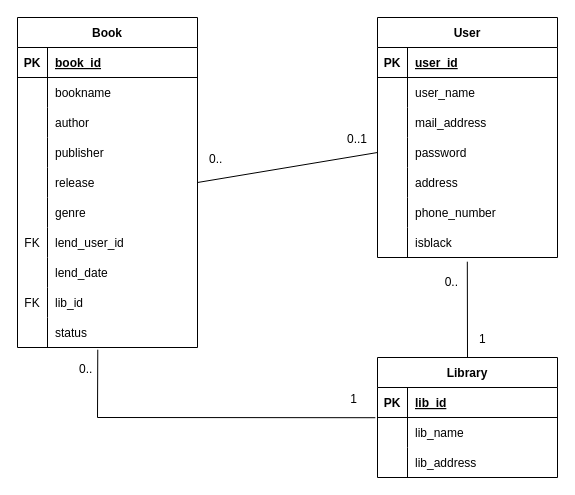
Earlier version of the draw.io diagram BorrowBooks/er.drawio (Mizuki08206/Additional_ASP). Source tidied: cells renumbered, new cells numbered last; positions are measured from the earlier drawing's top-left corner, leaving out a move shared by most shapes. Both pictures are drawn from the tidied source at 100%, with x=0, y=0 at pixel (17, 17).
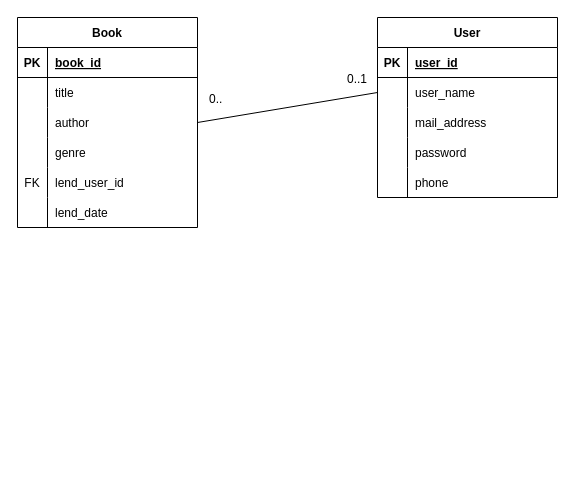
Above is the later version.

The change refers to these unchanged cells:
```xml
<mxCell id="6" style="shape=partialRectangle;fillColor=none;top=0;left=0;bottom=0;right=0;" parent="2" vertex="1">
  <mxGeometry y="60" width="180" height="30" as="geometry" />
</mxCell>
<mxCell id="9" style="shape=partialRectangle;fillColor=none;top=0;left=0;bottom=0;right=0;points=[[0,0.5],[1,0.5]];portConstraint=eastwest;" parent="2" vertex="1">
  <mxGeometry y="90" width="180" height="30" as="geometry" />
</mxCell>
<mxCell id="47" style="shape=partialRectangle;fillColor=none;top=0;left=0;bottom=0;right=0;points=[[0,0.5],[1,0.5]];portConstraint=eastwest;" parent="43" vertex="1">
  <mxGeometry y="60" width="180" height="30" as="geometry" />
</mxCell>
<mxCell id="53" style="shape=partialRectangle;fillColor=none;top=0;left=0;bottom=0;right=0;points=[[0,0.5],[1,0.5]];portConstraint=eastwest;" parent="43" vertex="1">
  <mxGeometry y="120" width="180" height="30" as="geometry" />
</mxCell>
```

What changed in the source:
```diff
@@
     <mxCell id="2" value="Book" style="shape=table;startSize=30;childLayout=tableLayout;rowLines=0;fontStyle=1;align=center;" parent="1" vertex="1">
-      <mxGeometry width="180" height="330" as="geometry" />
+      <mxGeometry width="180" height="210" as="geometry" />
     </mxCell>
@@
-    <mxCell id="8" value="bookname" style="shape=partialRectangle;fillColor=none;top=0;left=0;bottom=0;right=0;align=left;spacingLeft=6;overflow=hidden;" parent="6" vertex="1">
+    <mxCell id="8" value="title" style="shape=partialRectangle;fillColor=none;top=0;left=0;bottom=0;right=0;align=left;spacingLeft=6;overflow=hidden;" parent="6" vertex="1">
       <mxGeometry x="30" width="150" height="30" as="geometry" />
     </mxCell>
@@
-    <mxCell id="12" style="shape=partialRectangle;fillColor=none;top=0;left=0;bottom=0;right=0;" parent="2" vertex="1">
-      <mxGeometry y="120" width="180" height="30" as="geometry" />
-    </mxCell>
-    <mxCell id="13" style="shape=partialRectangle;fillColor=none;top=0;left=0;bottom=0;right=0;overflow=hidden;" parent="12" vertex="1">
-      <mxGeometry width="30" height="30" as="geometry" />
-    </mxCell>
-    <mxCell id="14" value="publisher" style="shape=partialRectangle;fillColor=none;top=0;left=0;bottom=0;right=0;align=left;spacingLeft=6;overflow=hidden;" parent="12" vertex="1">
-      <mxGeometry x="30" width="150" height="30" as="geometry" />
-    </mxCell>
-    <mxCell id="15" style="shape=partialRectangle;fillColor=none;top=0;left=0;bottom=0;right=0;points=[[0,0.5],[1,0.5]];portConstraint=eastwest;" parent="2" vertex="1">
-      <mxGeometry y="150" width="180" height="30" as="geometry" />
-    </mxCell>
-    <mxCell id="16" style="shape=partialRectangle;fillColor=none;top=0;left=0;bottom=0;right=0;overflow=hidden;" parent="15" vertex="1">
-      <mxGeometry width="30" height="30" as="geometry" />
-    </mxCell>
-    <mxCell id="17" value="release" style="shape=partialRectangle;fillColor=none;top=0;left=0;bottom=0;right=0;align=left;spacingLeft=6;overflow=hidden;" parent="15" vertex="1">
-      <mxGeometry x="30" width="150" height="30" as="geometry" />
-    </mxCell>
     <mxCell id="18" style="shape=partialRectangle;fillColor=none;top=0;left=0;bottom=0;right=0;" parent="2" vertex="1">
-      <mxGeometry y="180" width="180" height="30" as="geometry" />
+      <mxGeometry y="120" width="180" height="30" as="geometry" />
     </mxCell>
@@
     <mxCell id="21" style="shape=partialRectangle;fillColor=none;top=0;left=0;bottom=0;right=0;" parent="2" vertex="1">
-      <mxGeometry y="210" width="180" height="30" as="geometry" />
+      <mxGeometry y="150" width="180" height="30" as="geometry" />
     </mxCell>
@@
     <mxCell id="24" style="shape=partialRectangle;fillColor=none;top=0;left=0;bottom=0;right=0;" parent="2" vertex="1">
-      <mxGeometry y="240" width="180" height="30" as="geometry" />
+      <mxGeometry y="180" width="180" height="30" as="geometry" />
     </mxCell>
@@
-    <mxCell id="27" style="shape=partialRectangle;fillColor=none;top=0;left=0;bottom=0;right=0;" parent="2" vertex="1">
-      <mxGeometry y="270" width="180" height="30" as="geometry" />
-    </mxCell>
-    <mxCell id="28" value="FK" style="shape=partialRectangle;fillColor=none;top=0;left=0;bottom=0;right=0;overflow=hidden;" parent="27" vertex="1">
-      <mxGeometry width="30" height="30" as="geometry" />
-    </mxCell>
-    <mxCell id="29" value="lib_id" style="shape=partialRectangle;fillColor=none;top=0;left=0;bottom=0;right=0;align=left;spacingLeft=6;overflow=hidden;" parent="27" vertex="1">
-      <mxGeometry x="30" width="150" height="30" as="geometry" />
-    </mxCell>
-    <mxCell id="30" style="shape=partialRectangle;fillColor=none;top=0;left=0;bottom=0;right=0;points=[[0,0.5],[1,0.5]];portConstraint=eastwest;" parent="2" vertex="1">
-      <mxGeometry y="300" width="180" height="30" as="geometry" />
-    </mxCell>
-    <mxCell id="31" style="shape=partialRectangle;fillColor=none;top=0;left=0;bottom=0;right=0;overflow=hidden;" parent="30" vertex="1">
-      <mxGeometry width="30" height="30" as="geometry" />
-    </mxCell>
-    <mxCell id="32" value="status" style="shape=partialRectangle;fillColor=none;top=0;left=0;bottom=0;right=0;align=left;spacingLeft=6;overflow=hidden;" parent="30" vertex="1">
-      <mxGeometry x="30" width="150" height="30" as="geometry" />
-    </mxCell>
-    <mxCell id="33" value="Library" style="shape=table;startSize=30;childLayout=tableLayout;rowLines=0;fontStyle=1;align=center;" parent="1" vertex="1">
-      <mxGeometry x="360" y="340" width="180" height="120" as="geometry" />
-    </mxCell>
-    <mxCell id="34" style="shape=partialRectangle;fillColor=none;top=0;left=0;bottom=1;right=0;" parent="33" vertex="1">
-      <mxGeometry y="30" width="180" height="30" as="geometry" />
-    </mxCell>
-    <mxCell id="35" value="PK" style="shape=partialRectangle;fillColor=none;top=0;left=0;bottom=0;right=0;fontStyle=1;overflow=hidden;" parent="34" vertex="1">
-      <mxGeometry width="30" height="30" as="geometry" />
-    </mxCell>
-    <mxCell id="36" value="lib_id" style="shape=partialRectangle;fillColor=none;top=0;left=0;bottom=0;right=0;align=left;spacingLeft=6;fontStyle=5;overflow=hidden;" parent="34" vertex="1">
-      <mxGeometry x="30" width="150" height="30" as="geometry" />
-    </mxCell>
-    <mxCell id="37" style="shape=partialRectangle;fillColor=none;top=0;left=0;bottom=0;right=0;points=[[0,0.5],[1,0.5]];portConstraint=eastwest;" parent="33" vertex="1">
-      <mxGeometry y="60" width="180" height="30" as="geometry" />
-    </mxCell>
-    <mxCell id="38" style="shape=partialRectangle;fillColor=none;top=0;left=0;bottom=0;right=0;overflow=hidden;" parent="37" vertex="1">
-      <mxGeometry width="30" height="30" as="geometry" />
-    </mxCell>
-    <mxCell id="39" value="lib_name" style="shape=partialRectangle;fillColor=none;top=0;left=0;bottom=0;right=0;align=left;spacingLeft=6;overflow=hidden;" parent="37" vertex="1">
-      <mxGeometry x="30" width="150" height="30" as="geometry" />
-    </mxCell>
-    <mxCell id="40" style="shape=partialRectangle;fillColor=none;top=0;left=0;bottom=0;right=0;" parent="33" vertex="1">
-      <mxGeometry y="90" width="180" height="30" as="geometry" />
-    </mxCell>
-    <mxCell id="41" style="shape=partialRectangle;fillColor=none;top=0;left=0;bottom=0;right=0;overflow=hidden;" parent="40" vertex="1">
-      <mxGeometry width="30" height="30" as="geometry" />
-    </mxCell>
-    <mxCell id="42" value="lib_address" style="shape=partialRectangle;fillColor=none;top=0;left=0;bottom=0;right=0;align=left;spacingLeft=6;overflow=hidden;" parent="40" vertex="1">
-      <mxGeometry x="30" width="150" height="30" as="geometry" />
-    </mxCell>
     <mxCell id="43" value="User" style="shape=table;startSize=30;childLayout=tableLayout;rowLines=0;fontStyle=1;align=center;" parent="1" vertex="1">
-      <mxGeometry x="360" width="180" height="240" as="geometry" />
+      <mxGeometry x="360" width="180" height="180" as="geometry" />
     </mxCell>
@@
-    <mxCell id="56" style="shape=partialRectangle;fillColor=none;top=0;left=0;bottom=0;right=0;" parent="43" vertex="1">
-      <mxGeometry y="150" width="180" height="30" as="geometry" />
-    </mxCell>
-    <mxCell id="57" style="shape=partialRectangle;fillColor=none;top=0;left=0;bottom=0;right=0;overflow=hidden;" parent="56" vertex="1">
-      <mxGeometry width="30" height="30" as="geometry" />
-    </mxCell>
-    <mxCell id="58" value="address" style="shape=partialRectangle;fillColor=none;top=0;left=0;bottom=0;right=0;align=left;spacingLeft=6;overflow=hidden;" parent="56" vertex="1">
-      <mxGeometry x="30" width="150" height="30" as="geometry" />
-    </mxCell>
     <mxCell id="59" style="shape=partialRectangle;fillColor=none;top=0;left=0;bottom=0;right=0;" parent="43" vertex="1">
-      <mxGeometry y="180" width="180" height="30" as="geometry" />
+      <mxGeometry y="150" width="180" height="30" as="geometry" />
     </mxCell>
@@
-    <mxCell id="61" value="phone_number" style="shape=partialRectangle;fillColor=none;top=0;left=0;bottom=0;right=0;align=left;spacingLeft=6;overflow=hidden;" parent="59" vertex="1">
+    <mxCell id="61" value="phone" style="shape=partialRectangle;fillColor=none;top=0;left=0;bottom=0;right=0;align=left;spacingLeft=6;overflow=hidden;" parent="59" vertex="1">
       <mxGeometry x="30" width="150" height="30" as="geometry" />
     </mxCell>
-    <mxCell id="62" style="shape=partialRectangle;fillColor=none;top=0;left=0;bottom=0;right=0;points=[[0,0.5],[1,0.5]];portConstraint=eastwest;" parent="43" vertex="1">
-      <mxGeometry y="210" width="180" height="30" as="geometry" />
-    </mxCell>
-    <mxCell id="63" style="shape=partialRectangle;fillColor=none;top=0;left=0;bottom=0;right=0;overflow=hidden;" parent="62" vertex="1">
-      <mxGeometry width="30" height="30" as="geometry" />
-    </mxCell>
-    <mxCell id="64" value="isblack" style="shape=partialRectangle;fillColor=none;top=0;left=0;bottom=0;right=0;align=left;spacingLeft=6;overflow=hidden;" parent="62" vertex="1">
-      <mxGeometry x="30" width="150" height="30" as="geometry" />
-    </mxCell>
-    <mxCell id="65" style="endArrow=none;html=1;rounded=0;entryX=0;entryY=0.5;entryDx=0;entryDy=0;exitX=1;exitY=0.5;exitDx=0;exitDy=0;" parent="1" edge="1" source="15" target="53">
+    <mxCell id="65" style="endArrow=none;html=1;rounded=0;entryX=0;entryY=0.5;entryDx=0;entryDy=0;exitX=1;exitY=0.5;exitDx=0;exitDy=0;" parent="1" edge="1" source="9" target="47">
       <mxGeometry relative="1" as="geometry" />
     </mxCell>
@@
-    <mxCell id="68" style="endArrow=none;html=1;rounded=0;entryX=0.499;entryY=1.14;entryDx=0;entryDy=0;entryPerimeter=0;exitX=0.5;exitY=0;exitDx=0;exitDy=0;" parent="1" edge="1" source="33" target="62">
-      <mxGeometry relative="1" as="geometry" />
-    </mxCell>
-    <mxCell id="69" value="1" style="html=1;align=left;verticalAlign=bottom;" parent="68" vertex="1">
-      <mxGeometry x="-1" relative="1" as="geometry">
-        <mxPoint x="10" y="-10" as="offset" />
-      </mxGeometry>
-    </mxCell>
-    <mxCell id="70" value="0.." style="html=1;align=right;verticalAlign=bottom;" parent="68" vertex="1">
-      <mxGeometry x="1" relative="1" as="geometry">
-        <mxPoint x="-9" y="29" as="offset" />
-      </mxGeometry>
-    </mxCell>
-    <mxCell id="71" style="endArrow=none;html=1;rounded=0;entryX=-0.012;entryY=0.007;entryDx=0;entryDy=0;entryPerimeter=0;exitX=0.446;exitY=1.073;exitDx=0;exitDy=0;exitPerimeter=0;" parent="1" edge="1" source="30" target="37">
-      <mxGeometry relative="1" as="geometry">
-        <Array as="points">
-          <mxPoint x="80" y="400" />
-        </Array>
-      </mxGeometry>
-    </mxCell>
-    <mxCell id="72" value="0.." style="html=1;align=left;verticalAlign=bottom;" parent="71" vertex="1">
-      <mxGeometry x="-1" relative="1" as="geometry">
-        <mxPoint x="-20" y="28" as="offset" />
-      </mxGeometry>
-    </mxCell>
-    <mxCell id="73" value="1" style="html=1;align=right;verticalAlign=bottom;" parent="71" vertex="1">
-      <mxGeometry x="1" relative="1" as="geometry">
-        <mxPoint x="-18" y="-10" as="offset" />
-      </mxGeometry>
-    </mxCell>
```
